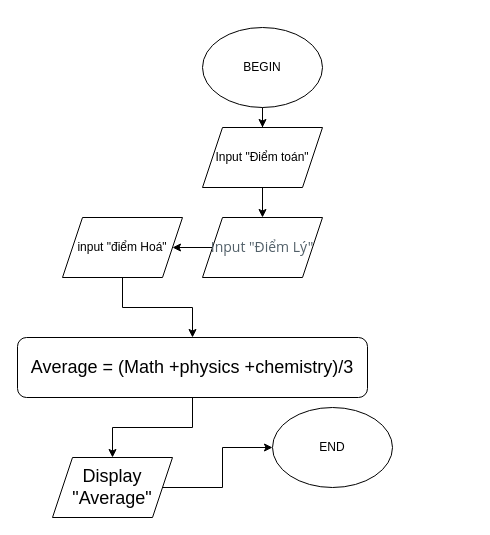
Earlier version of the draw.io diagram ss3_psedo_code_flowchart/exercises/Mô tả thuật toán tính điểm trung bình.drawio (sontran987/C0123G1_Tran_Thanh_Son). Source tidied: cells renumbered, new cells numbered last; positions are measured from the earlier drawing's top-left corner, leaving out a move shared by most shapes. Both pictures are drawn from the tidied source at 100%, with x=0, y=0 at pixel (17, 27).
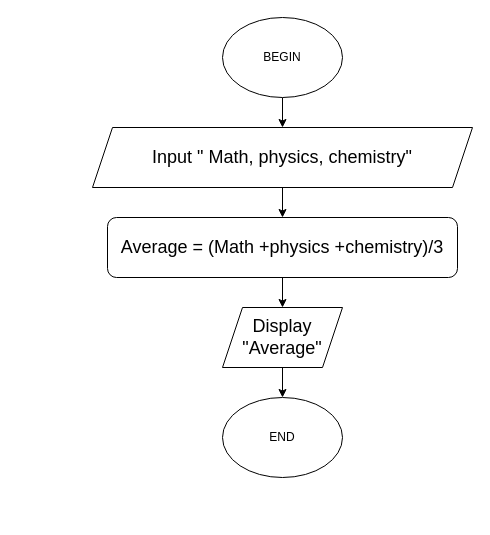
Above is the later version.

Commit message:
bai_tap

The edit, as a diff of the source:
```diff
@@
 <mxGraphModel>
   <root>
     <mxCell id="0" />
     <mxCell id="1" parent="0" />
-    <mxCell id="2" style="edgeStyle=orthogonalEdgeStyle;rounded=0;jettySize=auto;html=1;" parent="1" edge="1" source="3" target="10">
-      <mxGeometry relative="1" as="geometry" />
-    </mxCell>
-    <mxCell id="3" value="&lt;div style=&quot;text-align: left;&quot;&gt;&lt;font face=&quot;Open Sans, sans-serif&quot; color=&quot;#526069&quot;&gt;&lt;span style=&quot;font-size: 14px;&quot;&gt;Input &quot;Điểm Lý&quot;&lt;/span&gt;&lt;/font&gt;&lt;/div&gt;" style="shape=parallelogram;perimeter=parallelogramPerimeter;whiteSpace=wrap;html=1;fixedSize=1;" parent="1" vertex="1">
-      <mxGeometry x="185" y="190" width="120" height="60" as="geometry" />
-    </mxCell>
     <mxCell id="4" style="edgeStyle=orthogonalEdgeStyle;rounded=0;jettySize=auto;html=1;" parent="1" edge="1" source="5" target="8">
       <mxGeometry relative="1" as="geometry" />
     </mxCell>
     <mxCell id="5" value="Display &quot;Average&quot;" style="shape=parallelogram;perimeter=parallelogramPerimeter;whiteSpace=wrap;html=1;fixedSize=1;fontSize=18;" parent="1" vertex="1">
-      <mxGeometry x="35" y="430" width="120" height="60" as="geometry" />
+      <mxGeometry x="205" y="280" width="120" height="60" as="geometry" />
     </mxCell>
     <mxCell id="6" style="edgeStyle=orthogonalEdgeStyle;rounded=0;jettySize=auto;html=1;fontSize=18;" parent="1" edge="1" source="7" target="5">
       <mxGeometry relative="1" as="geometry" />
     </mxCell>
     <mxCell id="7" value="&lt;div style=&quot;&quot;&gt;&lt;span style=&quot;background-color: initial;&quot;&gt;Average = (Math +physics +chemistry)/3&lt;/span&gt;&lt;/div&gt;" style="rounded=1;whiteSpace=wrap;html=1;fontSize=18;align=center;" parent="1" vertex="1">
-      <mxGeometry y="310" width="350" height="60" as="geometry" />
+      <mxGeometry x="90" y="190" width="350" height="60" as="geometry" />
     </mxCell>
     <mxCell id="8" value="END" style="ellipse;whiteSpace=wrap;html=1;" parent="1" vertex="1">
-      <mxGeometry x="255" y="380" width="120" height="80" as="geometry" />
+      <mxGeometry x="205" y="370" width="120" height="80" as="geometry" />
     </mxCell>
-    <mxCell id="9" style="edgeStyle=orthogonalEdgeStyle;rounded=0;jettySize=auto;html=1;" parent="1" edge="1" source="10" target="7">
-      <mxGeometry relative="1" as="geometry" />
-    </mxCell>
-    <mxCell id="10" value="input &quot;điểm Hoá&quot;" style="shape=parallelogram;perimeter=parallelogramPerimeter;whiteSpace=wrap;html=1;fixedSize=1;" parent="1" vertex="1">
-      <mxGeometry x="45" y="190" width="120" height="60" as="geometry" />
-    </mxCell>
-    <mxCell id="11" style="edgeStyle=orthogonalEdgeStyle;rounded=0;jettySize=auto;html=1;" parent="1" edge="1" source="12" target="3">
-      <mxGeometry relative="1" as="geometry" />
-    </mxCell>
-    <mxCell id="12" value="Input &quot;Điểm toán&quot;" style="shape=parallelogram;perimeter=parallelogramPerimeter;whiteSpace=wrap;html=1;fixedSize=1;" parent="1" vertex="1">
-      <mxGeometry x="185" y="100" width="120" height="60" as="geometry" />
-    </mxCell>
-    <mxCell id="13" style="edgeStyle=orthogonalEdgeStyle;rounded=0;jettySize=auto;html=1;" parent="1" edge="1" source="14" target="12">
-      <mxGeometry relative="1" as="geometry" />
-    </mxCell>
+    <mxCell id="15" style="edgeStyle=orthogonalEdgeStyle;rounded=0;jettySize=auto;html=1;" parent="1" edge="1" source="16" target="7">
+      <mxGeometry relative="1" as="geometry" />
+    </mxCell>
+    <mxCell id="16" value="&lt;font style=&quot;font-size: 18px;&quot;&gt;Input &quot; Math, physics, chemistry&quot;&lt;/font&gt;" style="shape=parallelogram;perimeter=parallelogramPerimeter;whiteSpace=wrap;html=1;fixedSize=1;" parent="1" vertex="1">
+      <mxGeometry x="75" y="100" width="380" height="60" as="geometry" />
+    </mxCell>
+    <mxCell id="17" style="edgeStyle=orthogonalEdgeStyle;rounded=0;jettySize=auto;html=1;" parent="1" edge="1" source="14" target="16">
+      <mxGeometry relative="1" as="geometry" />
+    </mxCell>
     <mxCell id="14" value="BEGIN" style="ellipse;whiteSpace=wrap;html=1;" parent="1" vertex="1">
-      <mxGeometry x="185" width="120" height="80" as="geometry" />
+      <mxGeometry x="205" y="-10" width="120" height="80" as="geometry" />
     </mxCell>
   </root>
 </mxGraphModel>
```
